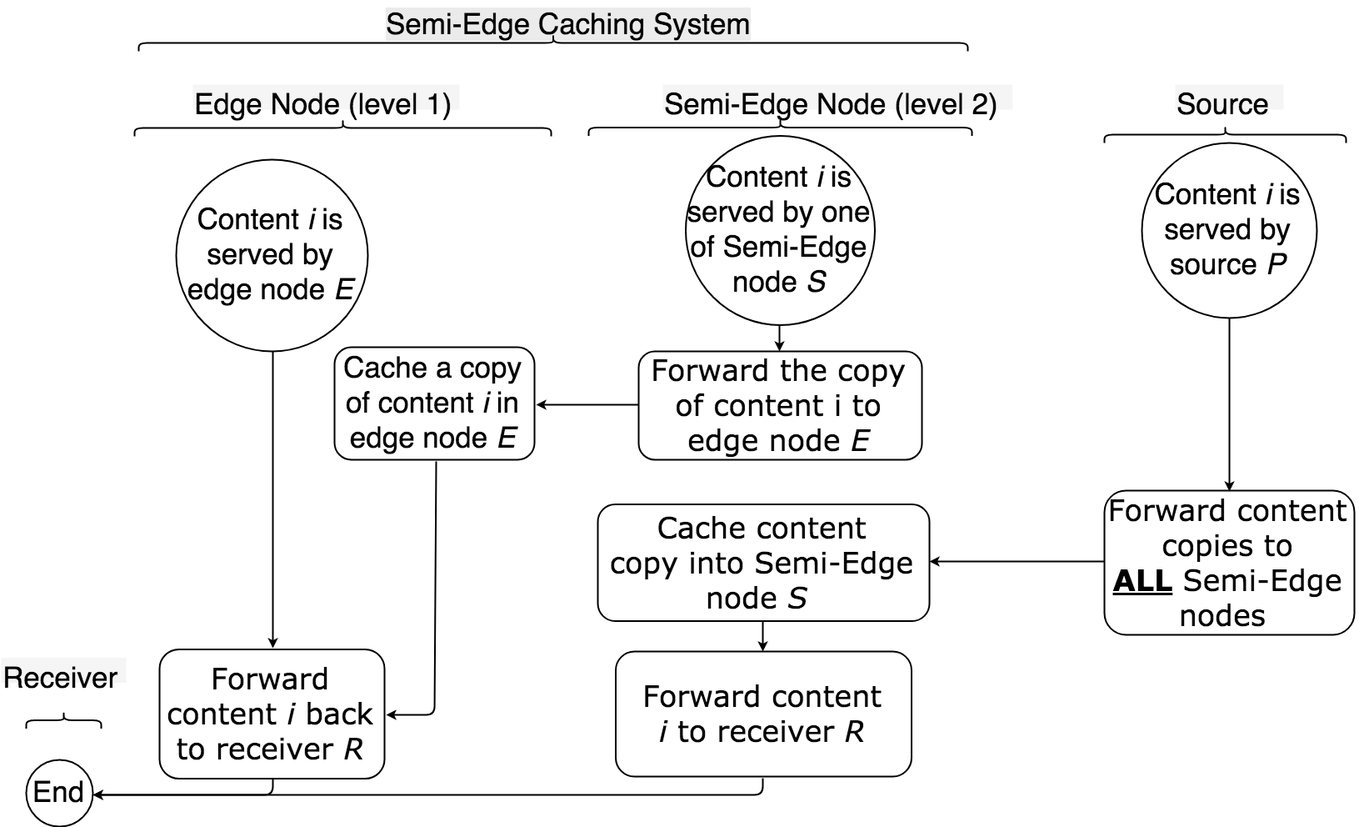
YiningHua/hello-world keeps this draw.io diagram as Copy of forward.png. Above is the earlier version. Source tidied: cells renumbered, new cells last; positions are measured from the earlier drawing's top-left corner, leaving out a move shared by most shapes.
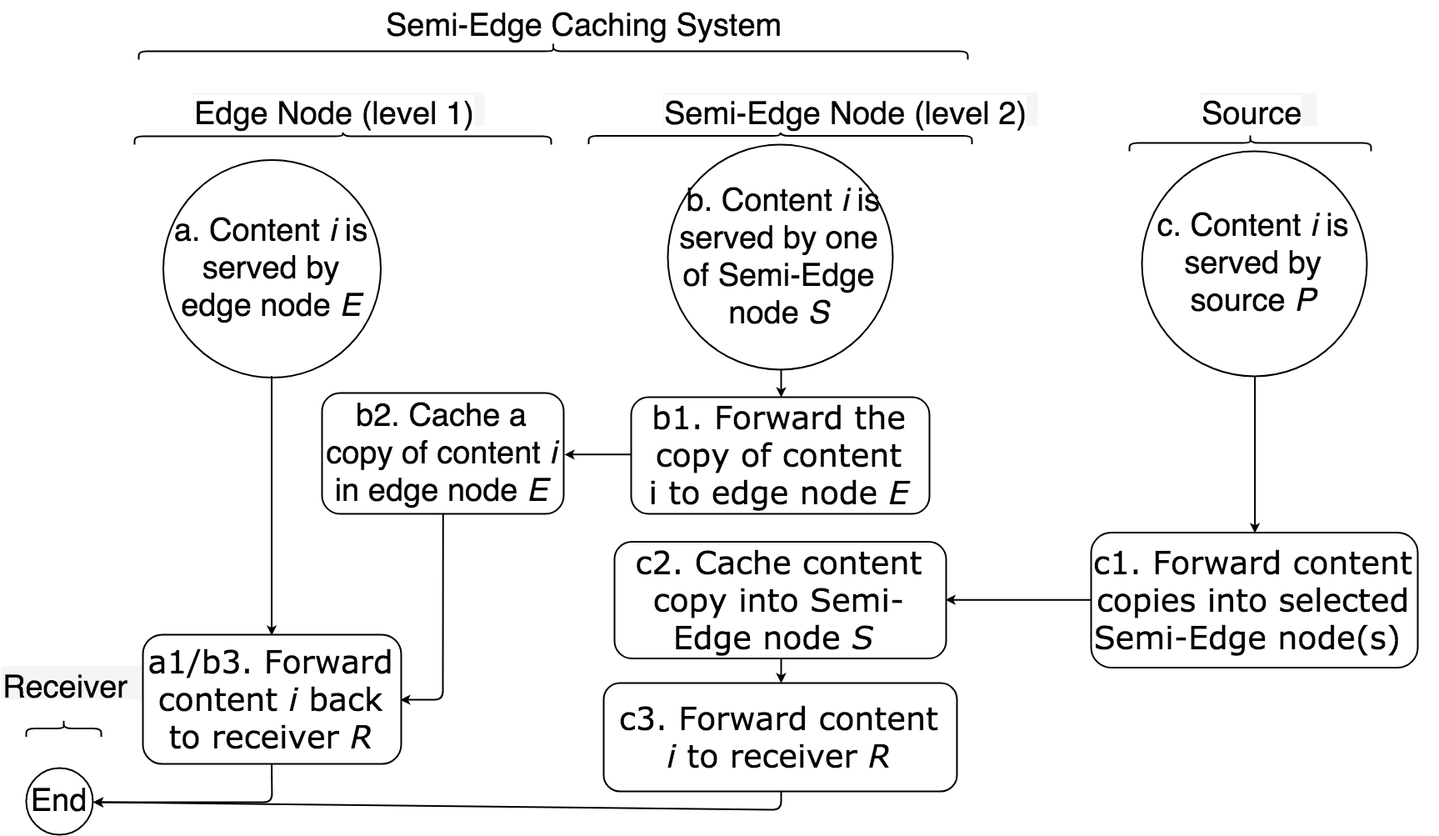
After the commit.

What changed in the source:
```diff
@@ -3,55 +3,55 @@
     <mxCell id="0" />
     <mxCell id="1" parent="0" />
     <mxCell id="2" style="swimlane;html=1;startSize=20;rounded=0;shadow=0;labelBackgroundColor=none;strokeColor=none;strokeWidth=2;fillColor=#ffffff;fontFamily=Verdana;fontSize=8;fontColor=#000000;align=center;" parent="1" vertex="1">
-      <mxGeometry x="150" y="80" width="1479" height="650" as="geometry" />
+      <mxGeometry x="150" y="80" width="1574" height="715" as="geometry" />
     </mxCell>
     <mxCell id="3" style="swimlane;html=1;startSize=20;strokeColor=none;strokeWidth=2;" parent="2" vertex="1">
-      <mxGeometry y="20" width="130" height="630" as="geometry" />
+      <mxGeometry y="20" width="130" height="695" as="geometry" />
     </mxCell>
+    <mxCell id="9" style="endArrow=classic;html=1;fontSize=12;exitX=0;exitY=0.5;entryX=1;entryY=0.5;strokeWidth=2;" parent="2" edge="1" source="12" target="6">
+      <mxGeometry relative="1" as="geometry" />
+    </mxCell>
     <mxCell id="4" style="swimlane;html=1;startSize=20;strokeColor=none;strokeWidth=2;" parent="2" vertex="1">
-      <mxGeometry x="130" y="20" width="410" height="630" as="geometry" />
+      <mxGeometry x="130" y="20" width="410" height="695" as="geometry" />
     </mxCell>
-    <mxCell id="5" value="&lt;font style=&quot;font-size: 35px&quot;&gt;&lt;span&gt;Content&amp;nbsp;&lt;/span&gt;&lt;i&gt;i&amp;nbsp;&lt;/i&gt;&lt;span&gt;is served by edge node&amp;nbsp;&lt;/span&gt;&lt;i&gt;E&lt;/i&gt;&lt;/font&gt;" style="ellipse;whiteSpace=wrap;html=1;strokeWidth=2;fontSize=12;strokeColor=#000000;" parent="4" vertex="1">
-      <mxGeometry x="-70" y="90" width="230" height="230" as="geometry" />
+    <mxCell id="5" value="&lt;font style=&quot;font-size: 38px&quot;&gt;&lt;span&gt;a. Content&amp;nbsp;&lt;/span&gt;&lt;i&gt;i&amp;nbsp;&lt;/i&gt;&lt;span&gt;is served by edge node&amp;nbsp;&lt;/span&gt;&lt;i&gt;E&lt;/i&gt;&lt;/font&gt;" style="ellipse;whiteSpace=wrap;html=1;strokeWidth=2;fontSize=12;strokeColor=#000000;" parent="4" vertex="1">
+      <mxGeometry x="-85.5" y="80" width="261" height="261" as="geometry" />
     </mxCell>
-    <mxCell id="6" value="&lt;font style=&quot;font-size: 35px&quot; face=&quot;Helvetica&quot;&gt;Cache a copy of content &lt;i&gt;i &lt;/i&gt;in edge node &lt;i&gt;E&lt;/i&gt;&lt;/font&gt;" style="rounded=1;whiteSpace=wrap;html=1;shadow=0;labelBackgroundColor=none;strokeColor=#000000;strokeWidth=2;fillColor=#ffffff;fontFamily=Verdana;fontSize=12;fontColor=#000000;align=center;" parent="4" vertex="1">
-      <mxGeometry x="120" y="315" width="240" height="135" as="geometry" />
+    <mxCell id="6" value="&lt;font style=&quot;font-size: 38px&quot; face=&quot;Helvetica&quot;&gt;b2. Cache a copy of content &lt;i&gt;i &lt;/i&gt;in edge node &lt;i&gt;E&lt;/i&gt;&lt;/font&gt;" style="rounded=1;whiteSpace=wrap;html=1;shadow=0;labelBackgroundColor=none;strokeColor=#000000;strokeWidth=2;fillColor=#ffffff;fontFamily=Verdana;fontSize=12;fontColor=#000000;align=center;" parent="4" vertex="1">
+      <mxGeometry x="105" y="360" width="290" height="145" as="geometry" />
     </mxCell>
     <mxCell id="7" style="shape=curlyBracket;whiteSpace=wrap;html=1;rounded=1;labelBackgroundColor=none;strokeColor=#000000;strokeWidth=2;fontFamily=Helvetica;fontSize=24;fontColor=#000000;direction=south;" parent="4" vertex="1">
       <mxGeometry x="-120" y="42" width="500" height="20" as="geometry" />
     </mxCell>
-    <mxCell id="8" value="&lt;font style=&quot;font-size: 35px&quot;&gt;Edge Node (level 1)&lt;/font&gt;" style="text;html=1;align=left;verticalAlign=top;spacingTop=-4;fontSize=24;fontFamily=Helvetica;fontColor=#000000;fillColor=#f5f5f5;strokeColor=none;strokeWidth=2;" parent="4" vertex="1">
-      <mxGeometry x="-50" width="320" height="30" as="geometry" />
+    <mxCell id="8" value="&lt;font style=&quot;font-size: 38px&quot;&gt;Edge Node (level 1)&lt;/font&gt;" style="text;html=1;align=left;verticalAlign=top;spacingTop=-4;fontSize=24;fontFamily=Helvetica;fontColor=#000000;fillColor=#f5f5f5;strokeColor=none;strokeWidth=2;labelBackgroundColor=#ffffff;" parent="4" vertex="1">
+      <mxGeometry x="-50" width="350" height="40" as="geometry" />
     </mxCell>
-    <mxCell id="9" style="endArrow=classic;html=1;fontSize=12;exitX=0;exitY=0.5;entryX=1;entryY=0.5;strokeWidth=2;" parent="2" edge="1" source="12" target="6">
-      <mxGeometry relative="1" as="geometry" />
-    </mxCell>
-    <mxCell id="10" style="endArrow=classic;html=1;fontSize=12;exitX=0;exitY=0.5;entryX=1;entryY=0.5;strokeWidth=2;" parent="2" edge="1" source="17" target="13">
-      <mxGeometry relative="1" as="geometry" />
-    </mxCell>
     <mxCell id="11" style="swimlane;html=1;startSize=20;strokeColor=none;strokeWidth=2;" parent="2" vertex="1">
-      <mxGeometry x="540" y="20" width="524" height="630" as="geometry" />
+      <mxGeometry x="540" y="20" width="554" height="695" as="geometry" />
     </mxCell>
-    <mxCell id="12" value="&lt;font style=&quot;font-size: 35px&quot;&gt;Forward the copy of content i&amp;nbsp;to edge node &lt;i&gt;E&lt;/i&gt;&lt;/font&gt;" style="rounded=1;whiteSpace=wrap;html=1;shadow=0;labelBackgroundColor=none;strokeColor=#000000;strokeWidth=2;fillColor=#ffffff;fontFamily=Verdana;fontSize=12;fontColor=#000000;align=center;" parent="11" vertex="1">
-      <mxGeometry x="75" y="320" width="340" height="130" as="geometry" />
+    <mxCell id="12" value="&lt;font style=&quot;font-size: 38px&quot;&gt;b1. Forward the copy of content i&amp;nbsp;to edge node &lt;i&gt;E&lt;/i&gt;&lt;/font&gt;" style="rounded=1;whiteSpace=wrap;html=1;shadow=0;labelBackgroundColor=none;strokeColor=#000000;strokeWidth=2;fillColor=#ffffff;fontFamily=Verdana;fontSize=12;fontColor=#000000;align=center;" parent="11" vertex="1">
+      <mxGeometry x="66" y="365" width="358" height="140" as="geometry" />
     </mxCell>
-    <mxCell id="13" value="&lt;font style=&quot;font-size: 35px&quot;&gt;Cache content copy&lt;i&gt;&amp;nbsp;&lt;/i&gt;into Semi-Edge node &lt;i&gt;S&lt;/i&gt;&amp;nbsp;&lt;/font&gt;" style="rounded=1;whiteSpace=wrap;html=1;shadow=0;labelBackgroundColor=none;strokeColor=#000000;strokeWidth=2;fillColor=#ffffff;fontFamily=Verdana;fontSize=12;fontColor=#000000;align=center;" parent="11" vertex="1">
-      <mxGeometry x="26" y="503.5" width="398" height="140" as="geometry" />
+    <mxCell id="13" value="&lt;font style=&quot;font-size: 38px&quot;&gt;c2. Cache content copy&lt;i&gt;&amp;nbsp;&lt;/i&gt;into Semi-Edge node &lt;i&gt;S&lt;/i&gt;&amp;nbsp;&lt;/font&gt;" style="rounded=1;whiteSpace=wrap;html=1;shadow=0;labelBackgroundColor=none;strokeColor=#000000;strokeWidth=2;fillColor=#ffffff;fontFamily=Verdana;fontSize=12;fontColor=#000000;align=center;" parent="11" vertex="1">
+      <mxGeometry x="46" y="538.5" width="398" height="140" as="geometry" />
     </mxCell>
     <mxCell id="14" style="shape=curlyBracket;whiteSpace=wrap;html=1;rounded=1;labelBackgroundColor=none;strokeColor=#000000;strokeWidth=2;fontFamily=Helvetica;fontSize=24;fontColor=#000000;direction=south;" parent="11" vertex="1">
       <mxGeometry x="15" y="41.5" width="460" height="20" as="geometry" />
     </mxCell>
-    <mxCell id="15" value="&lt;font style=&quot;font-size: 35px&quot;&gt;Semi-Edge Node (level 2)&lt;/font&gt;" style="text;html=1;align=left;verticalAlign=top;spacingTop=-4;fontSize=24;fontFamily=Helvetica;fontColor=#000000;fillColor=#f5f5f5;strokeColor=none;strokeWidth=2;" parent="11" vertex="1">
-      <mxGeometry x="104" width="420" height="30" as="geometry" />
+    <mxCell id="15" value="&lt;font style=&quot;font-size: 38px&quot;&gt;Semi-Edge Node (level 2)&lt;/font&gt;" style="text;html=1;align=left;verticalAlign=top;spacingTop=-4;fontSize=24;fontFamily=Helvetica;fontColor=#000000;fillColor=#f5f5f5;strokeColor=none;strokeWidth=2;labelBackgroundColor=#ffffff;" parent="11" vertex="1">
+      <mxGeometry x="104" width="450" height="40" as="geometry" />
     </mxCell>
+    <mxCell id="10" style="endArrow=classic;html=1;fontSize=12;exitX=0;exitY=0.5;entryX=1;entryY=0.5;strokeWidth=2;" parent="2" edge="1" source="17" target="13">
+      <mxGeometry relative="1" as="geometry" />
+    </mxCell>
     <mxCell id="16" style="swimlane;html=1;startSize=20;strokeColor=none;strokeWidth=2;" parent="2" vertex="1">
-      <mxGeometry x="1064" y="20" width="415" height="630" as="geometry" />
+      <mxGeometry x="1094" y="20" width="480" height="695" as="geometry" />
     </mxCell>
-    <mxCell id="17" value="&lt;font style=&quot;font-size: 35px&quot;&gt;Forward content copies to &lt;b&gt;&lt;u&gt;ALL&lt;/u&gt;&lt;/b&gt;&amp;nbsp;Semi-Edge nodes&amp;nbsp;&lt;/font&gt;" style="rounded=1;whiteSpace=wrap;html=1;shadow=0;labelBackgroundColor=none;strokeColor=#000000;strokeWidth=2;fillColor=#ffffff;fontFamily=Verdana;fontSize=12;fontColor=#000000;align=center;" parent="16" vertex="1">
-      <mxGeometry x="110" y="487" width="300" height="173" as="geometry" />
+    <mxCell id="17" value="&lt;font style=&quot;font-size: 38px&quot;&gt;c1. Forward content copies into selected Semi-Edge node(s)&amp;nbsp;&lt;/font&gt;" style="rounded=1;whiteSpace=wrap;html=1;shadow=0;labelBackgroundColor=none;strokeColor=#000000;strokeWidth=2;fillColor=#ffffff;fontFamily=Verdana;fontSize=12;fontColor=#000000;align=center;" parent="16" vertex="1">
+      <mxGeometry x="64" y="527.5" width="392" height="162" as="geometry" />
     </mxCell>
-    <mxCell id="18" value="&lt;font style=&quot;font-size: 35px&quot;&gt;Content &lt;i&gt;i&lt;/i&gt; is served by source &lt;i&gt;P&lt;/i&gt;&lt;/font&gt;" style="ellipse;whiteSpace=wrap;html=1;strokeWidth=2;fontSize=12;" parent="16" vertex="1">
-      <mxGeometry x="155" y="70" width="210" height="210" as="geometry" />
+    <mxCell id="18" value="&lt;font style=&quot;font-size: 38px&quot;&gt;c. Content &lt;i&gt;i&lt;/i&gt; is served by source &lt;i&gt;P&lt;/i&gt;&lt;/font&gt;" style="ellipse;whiteSpace=wrap;html=1;strokeWidth=2;fontSize=12;" parent="16" vertex="1">
+      <mxGeometry x="125" y="70" width="270" height="270" as="geometry" />
     </mxCell>
     <mxCell id="19" style="endArrow=classic;html=1;fontSize=12;exitX=0.5;exitY=1;entryX=0.5;entryY=0;strokeWidth=2;" parent="16" edge="1" source="18" target="17">
       <mxGeometry relative="1" as="geometry" />
@@ -62,28 +62,28 @@
     <mxCell id="21" style="shape=curlyBracket;whiteSpace=wrap;html=1;rounded=1;labelBackgroundColor=none;strokeColor=#000000;strokeWidth=2;fontFamily=Helvetica;fontSize=24;fontColor=#000000;direction=south;" parent="16" vertex="1">
       <mxGeometry x="110" y="50" width="290" height="20" as="geometry" />
     </mxCell>
-    <mxCell id="22" value="&lt;font style=&quot;font-size: 35px&quot;&gt;Source&lt;/font&gt;" style="text;html=1;align=left;verticalAlign=top;spacingTop=-4;fontSize=24;fontFamily=Helvetica;fontColor=#000000;fillColor=#f5f5f5;strokeColor=none;strokeWidth=2;" parent="16" vertex="1">
-      <mxGeometry x="195" width="130" height="30" as="geometry" />
+    <mxCell id="22" value="&lt;font style=&quot;font-size: 38px&quot;&gt;Source&lt;/font&gt;" style="text;html=1;align=left;verticalAlign=top;spacingTop=-4;fontSize=24;fontFamily=Helvetica;fontColor=#000000;fillColor=#f5f5f5;strokeColor=none;strokeWidth=2;labelBackgroundColor=#ffffff;" parent="16" vertex="1">
+      <mxGeometry x="195" width="140" height="40" as="geometry" />
     </mxCell>
-    <mxCell id="23" value="&lt;font style=&quot;font-size: 35px&quot;&gt;End&lt;/font&gt;" style="ellipse;whiteSpace=wrap;html=1;strokeWidth=2;" parent="1" vertex="1">
+    <mxCell id="23" value="&lt;font style=&quot;font-size: 38px&quot;&gt;End&lt;/font&gt;" style="ellipse;whiteSpace=wrap;html=1;strokeWidth=2;" parent="1" vertex="1">
       <mxGeometry x="30" y="910" width="80" height="80" as="geometry" />
     </mxCell>
     <mxCell id="24" style="endArrow=classic;html=1;fontSize=12;exitX=0.5;exitY=1;entryX=1;entryY=0.5;strokeWidth=2;" parent="1" edge="1" source="33" target="23">
       <mxGeometry relative="1" as="geometry">
         <Array as="points">
-          <mxPoint x="326" y="952" />
+          <mxPoint x="325" y="951" />
         </Array>
       </mxGeometry>
     </mxCell>
     <mxCell id="25" style="endArrow=classic;html=1;fontSize=12;exitX=0.5;exitY=1;entryX=1;entryY=0.5;strokeWidth=2;" parent="1" edge="1" source="29" target="23">
       <mxGeometry relative="1" as="geometry">
         <Array as="points">
-          <mxPoint x="914" y="952" />
+          <mxPoint x="936" y="960" />
         </Array>
       </mxGeometry>
     </mxCell>
-    <mxCell id="26" value="&lt;font style=&quot;font-size: 35px&quot;&gt;Content &lt;i&gt;i&lt;/i&gt; is served by one of Semi-Edge node &lt;i&gt;S&lt;/i&gt;&lt;/font&gt;" style="ellipse;whiteSpace=wrap;html=1;strokeWidth=2;fontSize=12;" parent="1" vertex="1">
-      <mxGeometry x="821.5" y="161.5" width="227" height="227" as="geometry" />
+    <mxCell id="26" value="&lt;font style=&quot;font-size: 38px&quot;&gt;&amp;nbsp;b. Content &lt;i&gt;i&lt;/i&gt; is served by one of Semi-Edge node &lt;i&gt;S&lt;/i&gt;&lt;/font&gt;" style="ellipse;whiteSpace=wrap;html=1;strokeWidth=2;fontSize=12;" parent="1" vertex="1">
+      <mxGeometry x="800" y="162" width="270" height="270" as="geometry" />
     </mxCell>
     <mxCell id="27" style="endArrow=classic;html=1;fontSize=12;exitX=0.5;exitY=1;entryX=0.5;entryY=0;strokeWidth=2;" parent="1" edge="1" source="26" target="12">
       <mxGeometry relative="1" as="geometry" />
@@ -91,8 +91,8 @@
     <mxCell id="28" style="endArrow=classic;html=1;fontSize=12;exitX=0.5;exitY=1;entryX=0.5;entryY=0;strokeWidth=2;" parent="1" edge="1" source="13" target="29">
       <mxGeometry relative="1" as="geometry" />
     </mxCell>
-    <mxCell id="29" value="&lt;font style=&quot;font-size: 35px&quot;&gt;Forward content &lt;i&gt;i&lt;/i&gt;&amp;nbsp;to receiver &lt;i&gt;R&lt;/i&gt;&lt;/font&gt;" style="rounded=1;whiteSpace=wrap;html=1;shadow=0;labelBackgroundColor=none;strokeColor=#000000;strokeWidth=2;fillColor=#ffffff;fontFamily=Verdana;fontSize=12;fontColor=#000000;align=center;" parent="1" vertex="1">
-      <mxGeometry x="737.5" y="780" width="355" height="150" as="geometry" />
+    <mxCell id="29" value="&lt;font style=&quot;font-size: 38px&quot;&gt;c3. Forward content &lt;i&gt;i&lt;/i&gt;&amp;nbsp;to receiver &lt;i&gt;R&lt;/i&gt;&lt;/font&gt;" style="rounded=1;whiteSpace=wrap;html=1;shadow=0;labelBackgroundColor=none;strokeColor=#000000;strokeWidth=2;fillColor=#ffffff;fontFamily=Verdana;fontSize=12;fontColor=#000000;align=center;" parent="1" vertex="1">
+      <mxGeometry x="723" y="808" width="424" height="130" as="geometry" />
     </mxCell>
     <mxCell id="30" style="edgeStyle=none;rounded=0;html=1;exitX=0.5;exitY=0;entryX=0.5;entryY=0;jettySize=auto;orthogonalLoop=1;strokeWidth=2;fontFamily=Helvetica;fontSize=24;fontColor=#000000;" parent="1" edge="1" source="29" target="29">
       <mxGeometry relative="1" as="geometry" />
@@ -100,11 +100,11 @@
     <mxCell id="31" style="shape=curlyBracket;whiteSpace=wrap;html=1;rounded=1;labelBackgroundColor=none;strokeColor=#000000;strokeWidth=2;fontFamily=Helvetica;fontSize=24;fontColor=#000000;direction=south;" parent="1" vertex="1">
       <mxGeometry x="30" y="852.5" width="90" height="20" as="geometry" />
     </mxCell>
-    <mxCell id="32" value="&lt;font style=&quot;font-size: 35px&quot;&gt;Receiver&lt;/font&gt;" style="text;html=1;align=left;verticalAlign=top;spacingTop=-4;fontSize=24;fontFamily=Helvetica;fontColor=#000000;fillColor=#f5f5f5;strokeColor=none;strokeWidth=2;" parent="1" vertex="1">
-      <mxGeometry y="787.5" width="150" height="30" as="geometry" />
+    <mxCell id="32" value="&lt;font style=&quot;font-size: 38px&quot;&gt;Receiver&lt;/font&gt;" style="text;html=1;align=left;verticalAlign=top;spacingTop=-4;fontSize=24;fontFamily=Helvetica;fontColor=#000000;fillColor=#f5f5f5;strokeColor=none;strokeWidth=2;" parent="1" vertex="1">
+      <mxGeometry y="787.5" width="170" height="40" as="geometry" />
     </mxCell>
-    <mxCell id="33" value="&lt;font&gt;&lt;span style=&quot;font-size: 35px&quot;&gt;Forward content &lt;/span&gt;&lt;i style=&quot;font-size: 35px&quot;&gt;i&lt;/i&gt;&lt;span style=&quot;font-size: 35px&quot;&gt; back to receiver &lt;/span&gt;&lt;i&gt;&lt;span style=&quot;font-size: 35px&quot;&gt;R&lt;/span&gt;&lt;/i&gt;&lt;/font&gt;" style="rounded=1;whiteSpace=wrap;html=1;shadow=0;labelBackgroundColor=none;strokeColor=#000000;strokeWidth=2;fillColor=#ffffff;fontFamily=Verdana;fontSize=12;fontColor=#000000;align=center;perimeterSpacing=0;" parent="1" vertex="1">
-      <mxGeometry x="190" y="777.5" width="270" height="155" as="geometry" />
+    <mxCell id="33" value="&lt;font style=&quot;font-size: 38px&quot;&gt;&lt;span&gt;a1/b3. Forward content &lt;/span&gt;&lt;i&gt;i&lt;/i&gt;&lt;span&gt; back to receiver &lt;/span&gt;&lt;i&gt;&lt;span&gt;R&lt;/span&gt;&lt;/i&gt;&lt;/font&gt;" style="rounded=1;whiteSpace=wrap;html=1;shadow=0;labelBackgroundColor=none;strokeColor=#000000;strokeWidth=2;fillColor=#ffffff;fontFamily=Verdana;fontSize=12;fontColor=#000000;align=center;perimeterSpacing=0;" parent="1" vertex="1">
+      <mxGeometry x="170" y="750" width="310" height="155" as="geometry" />
     </mxCell>
     <mxCell id="34" style="endArrow=classic;html=1;fontSize=12;exitX=0.5;exitY=1;entryX=0.5;entryY=0;strokeColor=#000000;strokeWidth=2;" parent="1" edge="1" source="5" target="33">
       <mxGeometry relative="1" as="geometry" />
@@ -112,12 +112,12 @@
     <mxCell id="35" style="endArrow=classic;html=1;fontSize=12;exitX=0.5;exitY=1;entryX=1;entryY=0.5;strokeWidth=2;" parent="1" edge="1" source="6" target="33">
       <mxGeometry relative="1" as="geometry">
         <Array as="points">
-          <mxPoint x="520" y="856" />
+          <mxPoint x="530" y="828" />
         </Array>
       </mxGeometry>
     </mxCell>
-    <mxCell id="36" value="&lt;span style=&quot;color: rgb(0 , 0 , 0) ; font-family: &amp;#34;helvetica&amp;#34; ; font-size: 35px ; font-style: normal ; font-weight: 400 ; letter-spacing: normal ; text-align: left ; text-indent: 0px ; text-transform: none ; white-space: nowrap ; word-spacing: 0px ; background-color: rgb(235 , 235 , 235) ; display: inline ; float: none&quot;&gt;Semi-Edge Caching System&lt;/span&gt;" style="text;html=1;fontSize=24;fontFamily=Helvetica;fontColor=#000000;strokeWidth=2;" parent="1" vertex="1">
-      <mxGeometry x="460" width="430" height="50" as="geometry" />
+    <mxCell id="36" value="&lt;span style=&quot;color: rgb(0 , 0 , 0) ; font-family: &amp;#34;helvetica&amp;#34; ; font-style: normal ; font-weight: 400 ; letter-spacing: normal ; text-align: left ; text-indent: 0px ; text-transform: none ; white-space: nowrap ; word-spacing: 0px ; display: inline ; float: none&quot;&gt;&lt;font style=&quot;font-size: 38px&quot;&gt;Semi-Edge Caching System&lt;/font&gt;&lt;/span&gt;" style="text;html=1;fontSize=24;fontFamily=Helvetica;fontColor=#000000;strokeWidth=2;fillColor=#ffffff;strokeColor=#FFFFFF;labelBackgroundColor=#ffffff;" parent="1" vertex="1">
+      <mxGeometry x="460" y="-10" width="430" height="50" as="geometry" />
     </mxCell>
     <mxCell id="37" style="shape=curlyBracket;whiteSpace=wrap;html=1;rounded=1;labelBackgroundColor=none;strokeColor=#000000;strokeWidth=2;fontFamily=Helvetica;fontSize=24;fontColor=#000000;direction=south;" parent="1" vertex="1">
       <mxGeometry x="165" y="40" width="995" height="20" as="geometry" />
```
